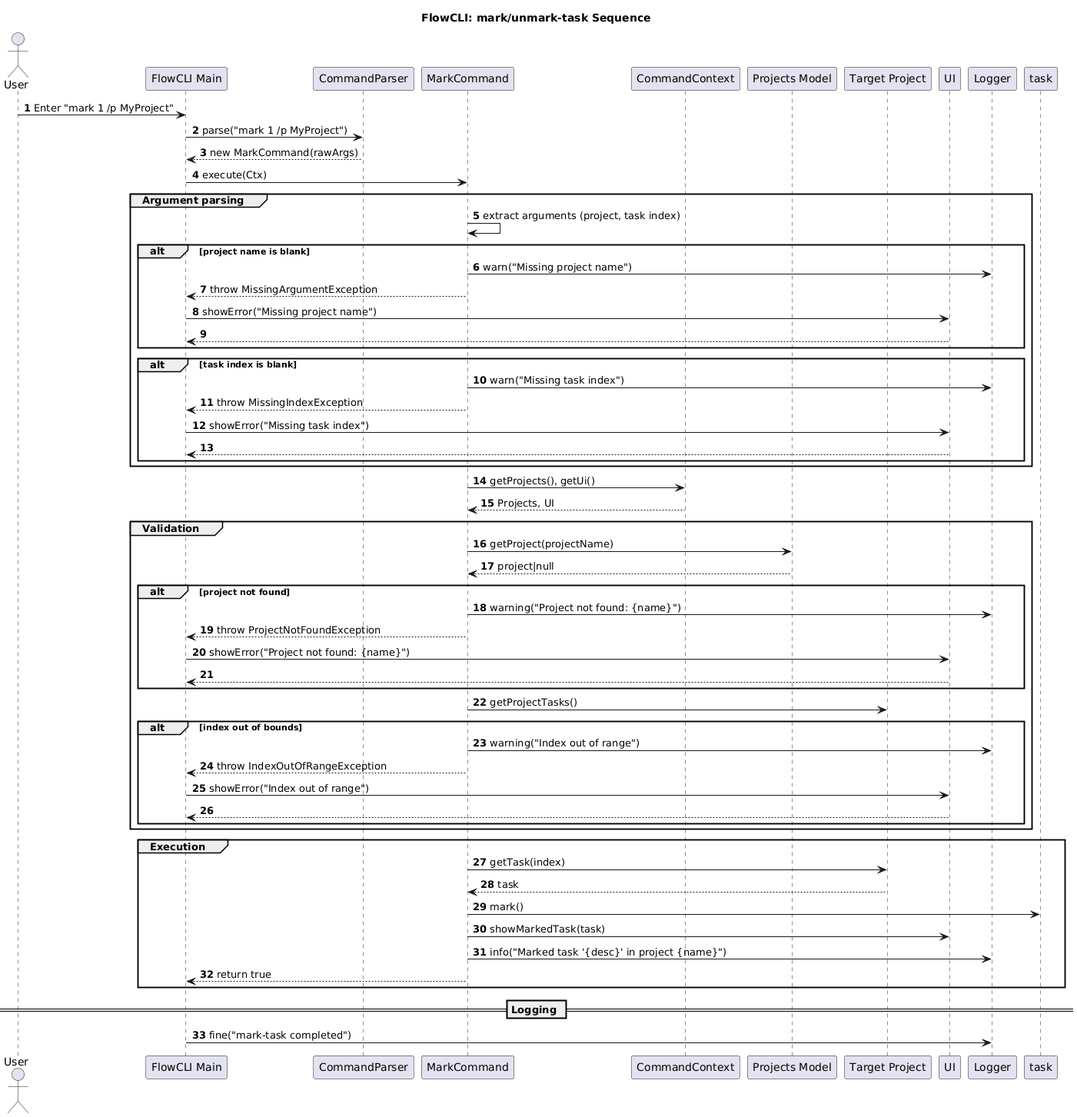
Earlier version of the PlantUML export docs/plantUML/task-management/mark-unmark-task-seq-diag.png (sean6369/tp).
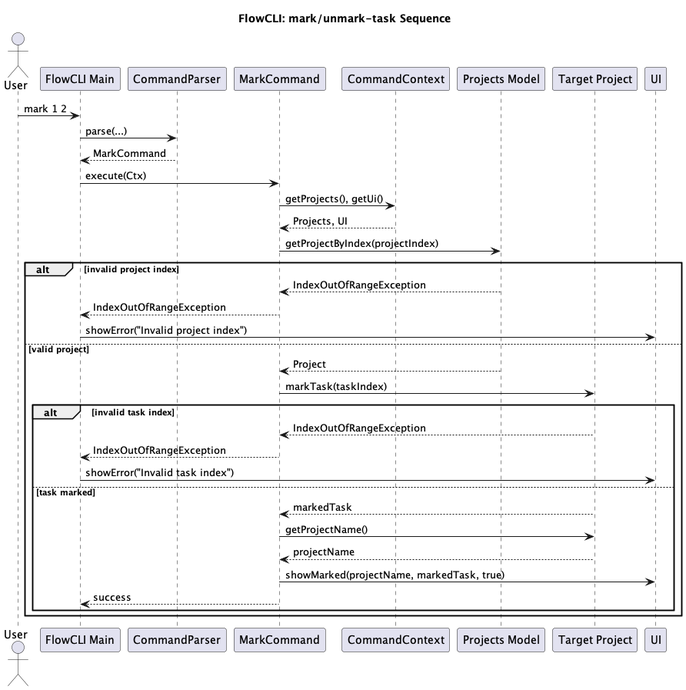
The same diagram one commit later.

Commit message:
update task mgmt plantUML diagrams

Diff of the diagram source:
```diff
@@ -1,6 +1,5 @@
-@startuml
+@startuml MarkUnmarkTaskSequenceDiagram
 title FlowCLI: mark/unmark-task Sequence
-autonumber
 
 actor User
 participant "FlowCLI Main" as CLI
@@ -10,60 +9,37 @@
 participant "Projects Model" as Projects
 participant "Target Project" as Project
 participant "UI" as UI
-participant "Logger" as Log
 
-User -> CLI: Enter "mark 1 /p MyProject"
-CLI -> Parser: parse("mark 1 /p MyProject")
-Parser --> CLI: new MarkCommand(rawArgs)
+User -> CLI: mark 1 2
+CLI -> Parser: parse(...)
+Parser --> CLI: MarkCommand
 
 CLI -> MarkCmd: execute(Ctx)
-
-group Argument parsing
-  MarkCmd -> MarkCmd: extract arguments (project, task index)
-  alt project name is blank
-    MarkCmd -> Log: warn("Missing project name")
-    MarkCmd --> CLI: throw MissingArgumentException
-    CLI -> UI: showError("Missing project name")
-    return
-  end
-  alt task index is blank
-    MarkCmd -> Log: warn("Missing task index")
-    MarkCmd --> CLI: throw MissingIndexException
-    CLI -> UI: showError("Missing task index")
-    return
-  end
-end
 
 MarkCmd -> Ctx: getProjects(), getUi()
 Ctx --> MarkCmd: Projects, UI
 
-group Validation
-  MarkCmd -> Projects: getProject(projectName)
-  Projects --> MarkCmd: project|null
-  alt project not found
-    MarkCmd -> Log: warning("Project not found: {name}")
-    MarkCmd --> CLI: throw ProjectNotFoundException
-    CLI -> UI: showError("Project not found: {name}")
-    return
-  end
-  MarkCmd -> Project: getProjectTasks()
-  alt index out of bounds
-    MarkCmd -> Log: warning("Index out of range")
-    MarkCmd --> CLI: throw IndexOutOfRangeException
-    CLI -> UI: showError("Index out of range")
-    return
-  end
+MarkCmd -> Projects: getProjectByIndex(projectIndex)
+
+alt invalid project index
+    Projects --> MarkCmd: IndexOutOfRangeException
+    MarkCmd --> CLI: IndexOutOfRangeException
+    CLI -> UI: showError("Invalid project index")
+else valid project
+    Projects --> MarkCmd: Project
+    MarkCmd -> Project: markTask(taskIndex)
+
+    alt invalid task index
+        Project --> MarkCmd: IndexOutOfRangeException
+        MarkCmd --> CLI: IndexOutOfRangeException
+        CLI -> UI: showError("Invalid task index")
+    else task marked
+        Project --> MarkCmd: markedTask
+        MarkCmd -> Project: getProjectName()
+        Project --> MarkCmd: projectName
+        MarkCmd -> UI: showMarked(projectName, markedTask, true)
+        MarkCmd --> CLI: success
+    end
 end
 
-group Execution
-  MarkCmd -> Project: getTask(index)
-  Project --> MarkCmd: task
-  MarkCmd -> task: mark()
-  MarkCmd -> UI: showMarkedTask(task)
-  MarkCmd -> Log: info("Marked task '{desc}' in project {name}")
-  MarkCmd --> CLI: return true
-end
-
-== Logging ==
-CLI -> Log: fine("mark-task completed")
 @enduml
```
